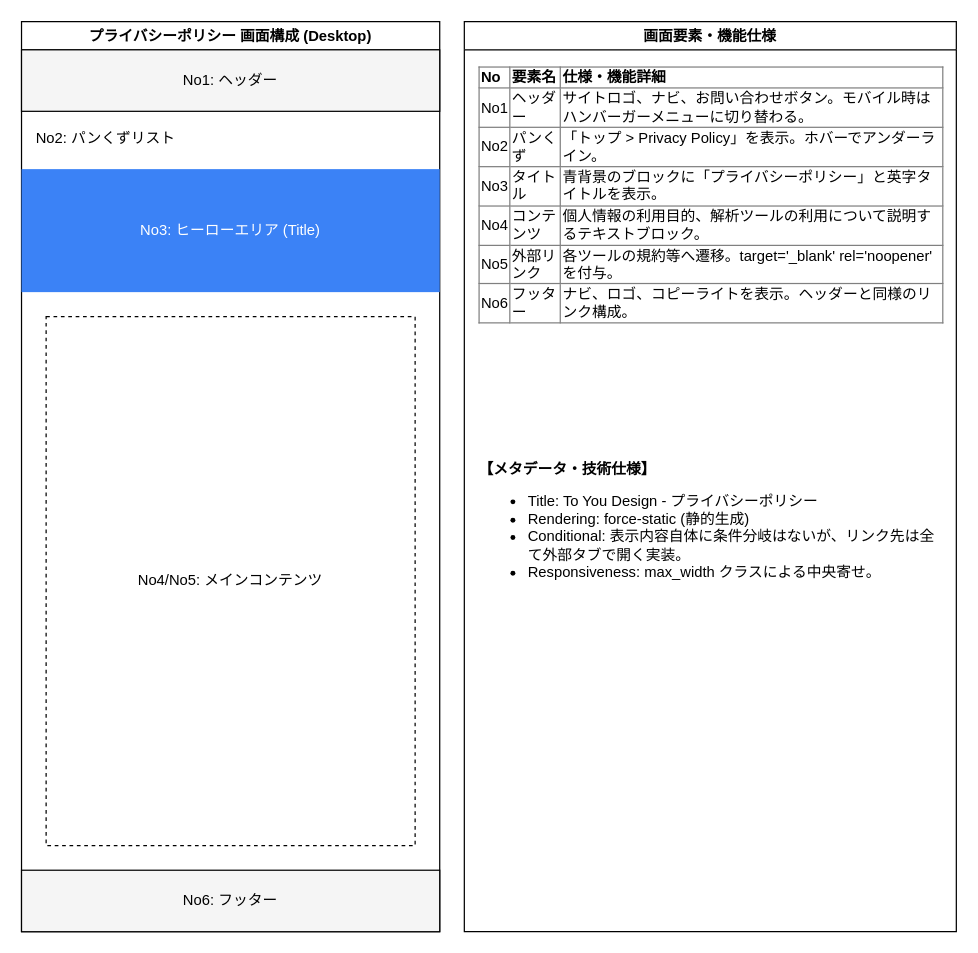
Before: docs/frontend/drawio/privacy-policy.drawio in takoyan33/nextjs-portfolio, a draw.io diagram. Source tidied: cells renumbered, new cells numbered last; positions are measured from the earlier drawing's top-left corner, leaving out a move shared by most shapes. Both pictures are drawn from the tidied source at 123%, with x=0, y=0 at pixel (21, 21).
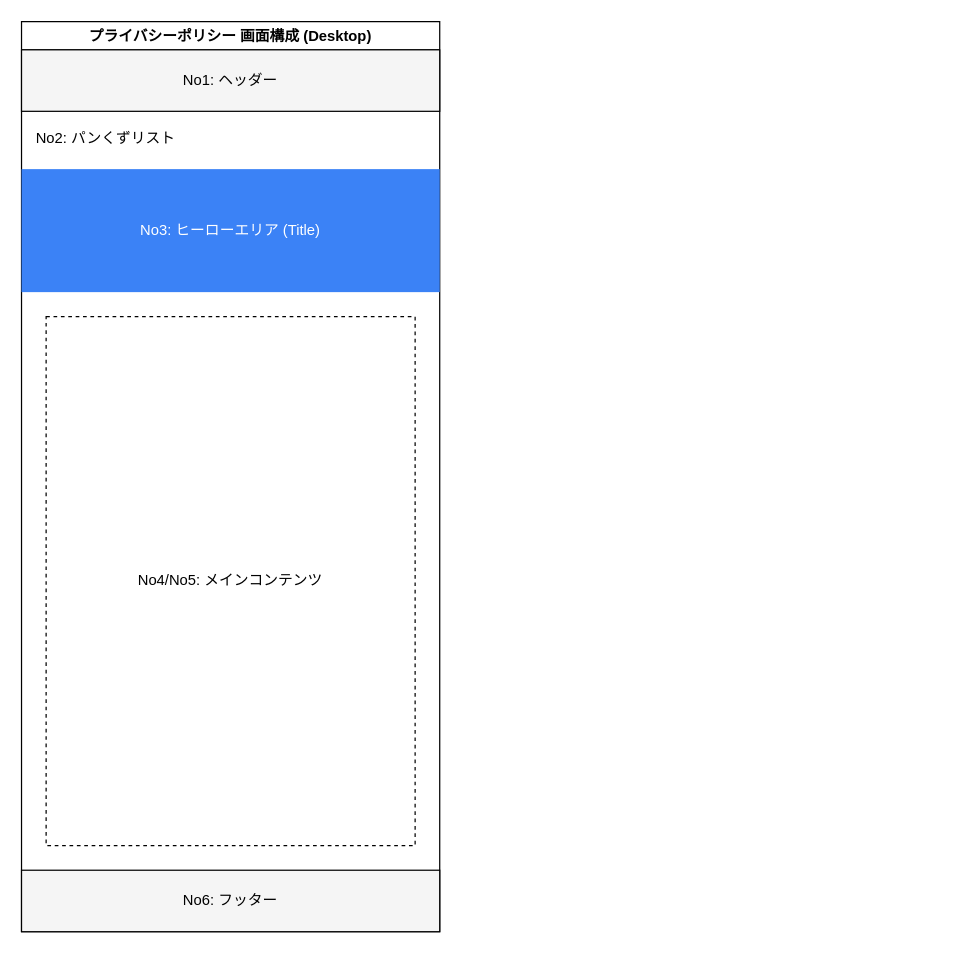
The same page after the edit.

Change to the diagram source:
```diff
@@
 <mxGraphModel>
   <root>
     <mxCell id="0" />
     <mxCell id="1" parent="0" />
     <mxCell id="2" value="プライバシーポリシー 画面構成 (Desktop)" style="swimlane;whiteSpace=wrap;html=1;startSize=23;" parent="1" vertex="1">
       <mxGeometry width="340" height="740" as="geometry" />
     </mxCell>
     <mxCell id="3" value="No1: ヘッダー" style="rounded=0;whiteSpace=wrap;html=1;fillColor=#f5f5f5;" parent="2" vertex="1">
       <mxGeometry y="23" width="340" height="50" as="geometry" />
     </mxCell>
     <mxCell id="4" value="No2: パンくずリスト" style="text;html=1;strokeColor=none;fillColor=none;align=left;verticalAlign=middle;whiteSpace=wrap;rounded=0;" parent="2" vertex="1">
       <mxGeometry x="10" y="80" width="200" height="30" as="geometry" />
     </mxCell>
     <mxCell id="5" value="No3: ヒーローエリア (Title)" style="rounded=0;whiteSpace=wrap;html=1;fillColor=#3b82f6;fontColor=#ffffff;strokeColor=none;" parent="2" vertex="1">
       <mxGeometry y="120" width="340" height="100" as="geometry" />
     </mxCell>
     <mxCell id="6" value="No4/No5: メインコンテンツ" style="rounded=0;whiteSpace=wrap;html=1;fillColor=none;dashed=1;" parent="2" vertex="1">
       <mxGeometry x="20" y="240" width="300" height="430" as="geometry" />
     </mxCell>
     <mxCell id="7" value="No6: フッター" style="rounded=0;whiteSpace=wrap;html=1;fillColor=#f5f5f5;" parent="2" vertex="1">
       <mxGeometry y="690" width="340" height="50" as="geometry" />
     </mxCell>
-    <mxCell id="8" value="画面要素・機能仕様" style="swimlane;whiteSpace=wrap;html=1;startSize=23;" parent="1" vertex="1">
-      <mxGeometry x="360" width="400" height="740" as="geometry" />
-    </mxCell>
-    <mxCell id="9" value="&lt;table border=&quot;1&quot; width=&quot;100%&quot; style=&quot;border-collapse:collapse;&quot;&gt;&lt;tr&gt;&lt;th&gt;No&lt;/th&gt;&lt;th&gt;要素名&lt;/th&gt;&lt;th&gt;仕様・機能詳細&lt;/th&gt;&lt;/tr&gt;&lt;tr&gt;&lt;td&gt;No1&lt;/td&gt;&lt;td&gt;ヘッダー&lt;/td&gt;&lt;td&gt;サイトロゴ、ナビ、お問い合わせボタン。モバイル時はハンバーガーメニューに切り替わる。&lt;/td&gt;&lt;/tr&gt;&lt;tr&gt;&lt;td&gt;No2&lt;/td&gt;&lt;td&gt;パンくず&lt;/td&gt;&lt;td&gt;「トップ &amp;gt; Privacy Policy」を表示。ホバーでアンダーライン。&lt;/td&gt;&lt;/tr&gt;&lt;tr&gt;&lt;td&gt;No3&lt;/td&gt;&lt;td&gt;タイトル&lt;/td&gt;&lt;td&gt;青背景のブロックに「プライバシーポリシー」と英字タイトルを表示。&lt;/td&gt;&lt;/tr&gt;&lt;tr&gt;&lt;td&gt;No4&lt;/td&gt;&lt;td&gt;コンテンツ&lt;/td&gt;&lt;td&gt;個人情報の利用目的、解析ツールの利用について説明するテキストブロック。&lt;/td&gt;&lt;/tr&gt;&lt;tr&gt;&lt;td&gt;No5&lt;/td&gt;&lt;td&gt;外部リンク&lt;/td&gt;&lt;td&gt;各ツールの規約等へ遷移。target='_blank' rel='noopener' を付与。&lt;/td&gt;&lt;/tr&gt;&lt;tr&gt;&lt;td&gt;No6&lt;/td&gt;&lt;td&gt;フッター&lt;/td&gt;&lt;td&gt;ナビ、ロゴ、コピーライトを表示。ヘッダーと同様のリンク構成。&lt;/td&gt;&lt;/tr&gt;&lt;/table&gt;" style="text;html=1;strokeColor=none;fillColor=none;align=left;verticalAlign=top;whiteSpace=wrap;rounded=0;" parent="8" vertex="1">
-      <mxGeometry x="10" y="30" width="380" height="300" as="geometry" />
-    </mxCell>
-    <mxCell id="10" value="&lt;b&gt;【メタデータ・技術仕様】&lt;/b&gt;&lt;br&gt;&lt;ul&gt;&lt;li&gt;Title: To You Design - プライバシーポリシー&lt;/li&gt;&lt;li&gt;Rendering: force-static (静的生成)&lt;/li&gt;&lt;li&gt;Conditional: 表示内容自体に条件分岐はないが、リンク先は全て外部タブで開く実装。&lt;/li&gt;&lt;li&gt;Responsiveness: max_width クラスによる中央寄せ。&lt;/li&gt;&lt;/ul&gt;" style="text;html=1;strokeColor=none;fillColor=none;align=left;verticalAlign=top;whiteSpace=wrap;rounded=0;" parent="8" vertex="1">
-      <mxGeometry x="10" y="350" width="380" height="150" as="geometry" />
-    </mxCell>
   </root>
 </mxGraphModel>
```
